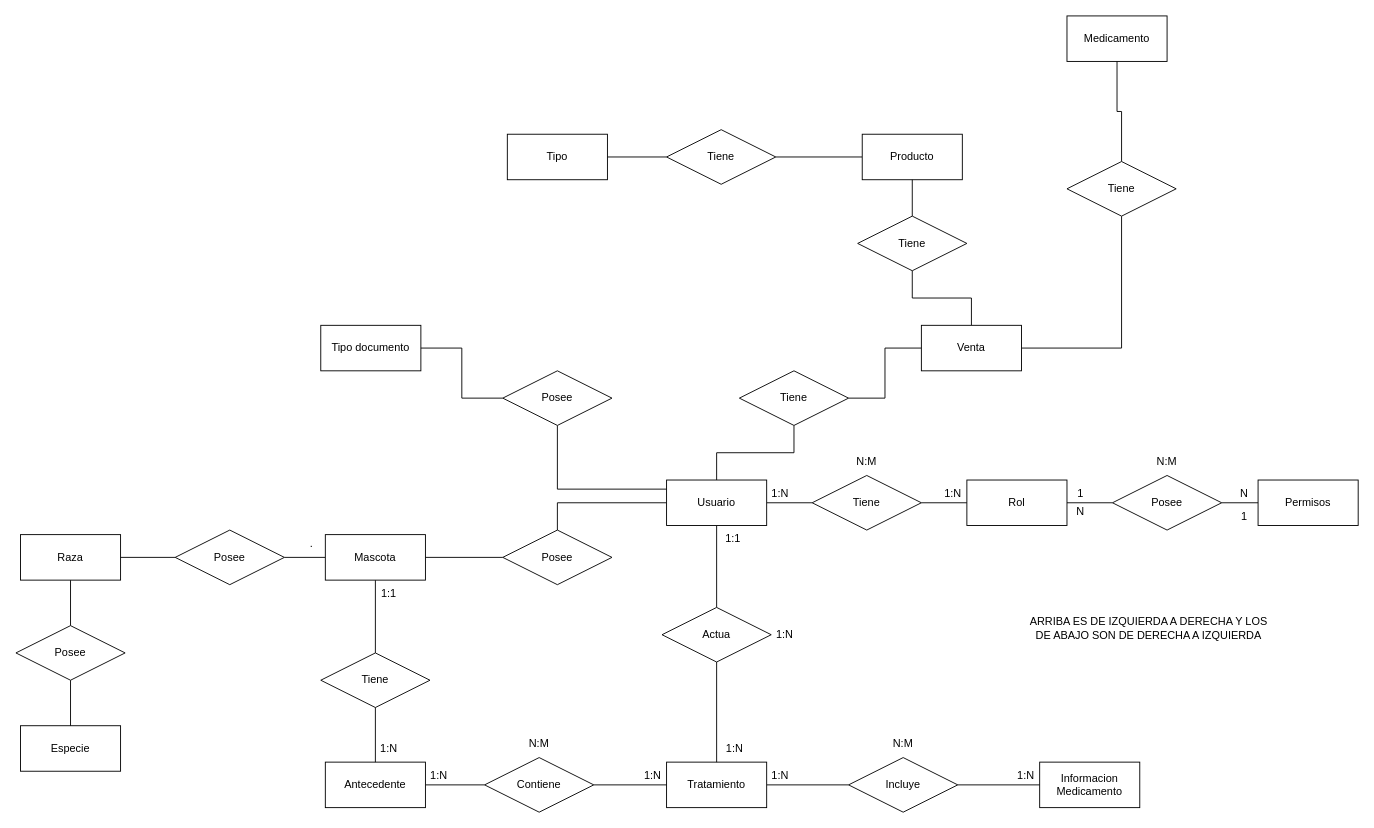
Before: MySQL/Diagrama sin título.drawio in JojanDev/pipos_frontend_v2, a draw.io diagram. Source tidied: cells renumbered, new cells numbered last; positions are measured from the earlier drawing's top-left corner, leaving out a move shared by most shapes. Both pictures are drawn from the tidied source at 91%, with x=0, y=0 at pixel (15, 15).
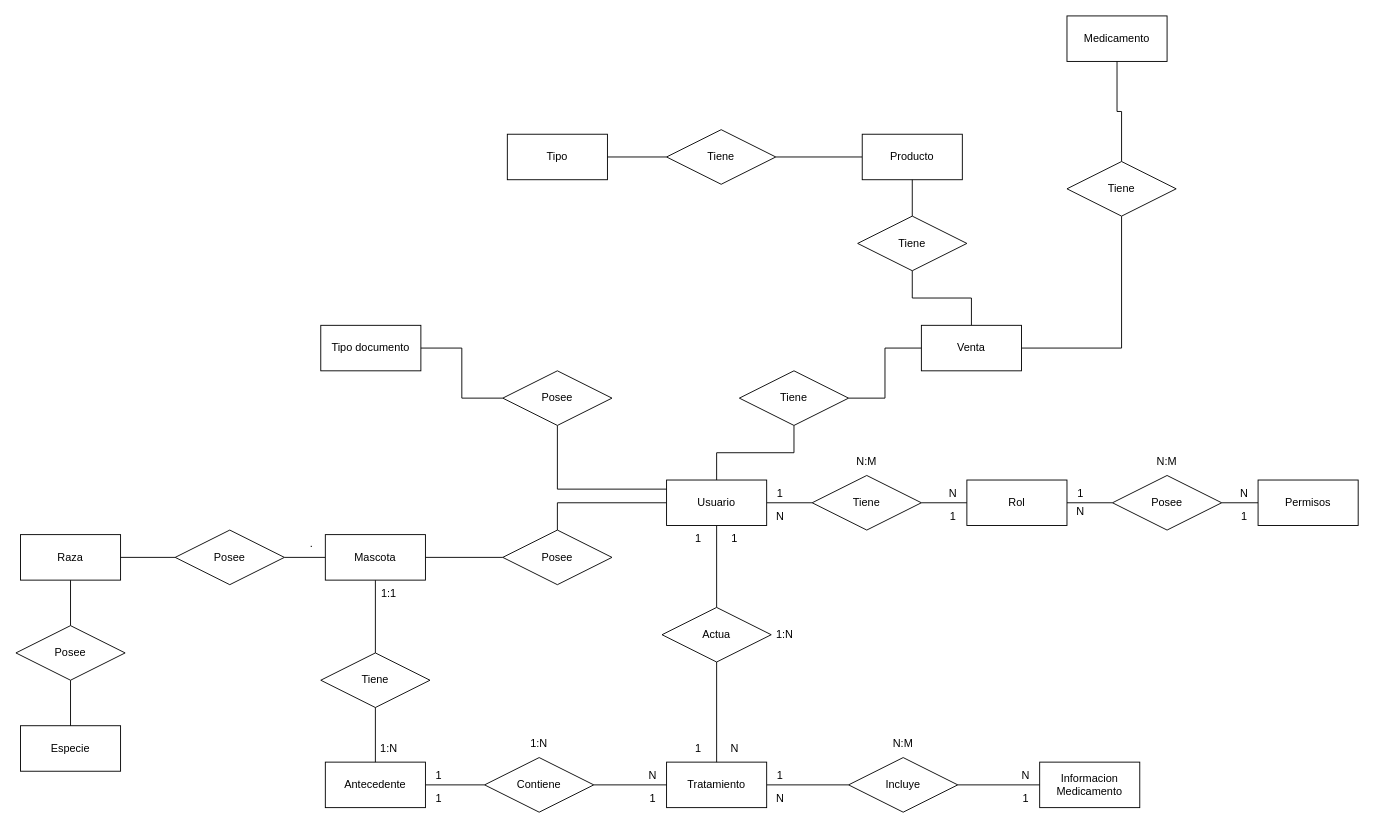
Above is the later version.

What changed in the source:
```diff
@@
-    <mxCell id="58" value="1:N" style="text;html=1;align=center;verticalAlign=middle;whiteSpace=wrap;rounded=0;" parent="1" vertex="1">
+    <mxCell id="58" value="1" style="text;html=1;align=center;verticalAlign=middle;whiteSpace=wrap;rounded=0;" parent="1" vertex="1">
       <mxGeometry x="825" y="510" width="30" height="30" as="geometry" />
     </mxCell>
@@
-    <mxCell id="60" value="1:N" style="text;html=1;align=center;verticalAlign=middle;whiteSpace=wrap;rounded=0;" parent="1" vertex="1">
+    <mxCell id="60" value="N" style="text;html=1;align=center;verticalAlign=middle;whiteSpace=wrap;rounded=0;" parent="1" vertex="1">
       <mxGeometry x="1015" y="510" width="30" height="30" as="geometry" />
     </mxCell>
@@
-    <mxCell id="64" value="1:1&amp;nbsp; " style="text;html=1;align=center;verticalAlign=middle;whiteSpace=wrap;rounded=0;" parent="1" vertex="1">
+    <mxCell id="64" value="1" style="text;html=1;align=center;verticalAlign=middle;whiteSpace=wrap;rounded=0;" parent="1" vertex="1">
       <mxGeometry x="775" y="560" width="30" height="30" as="geometry" />
     </mxCell>
-    <mxCell id="65" value="1:N" style="text;html=1;align=center;verticalAlign=middle;whiteSpace=wrap;rounded=0;" parent="1" vertex="1">
+    <mxCell id="65" value="N" style="text;html=1;align=center;verticalAlign=middle;whiteSpace=wrap;rounded=0;" parent="1" vertex="1">
       <mxGeometry x="775" y="790" width="30" height="30" as="geometry" />
     </mxCell>
@@
-    <mxCell id="67" value="1:N" style="text;html=1;align=center;verticalAlign=middle;whiteSpace=wrap;rounded=0;" parent="1" vertex="1">
+    <mxCell id="67" value="1" style="text;html=1;align=center;verticalAlign=middle;whiteSpace=wrap;rounded=0;" parent="1" vertex="1">
       <mxGeometry x="825" y="820" width="30" height="30" as="geometry" />
     </mxCell>
-    <mxCell id="68" value="1:N" style="text;html=1;align=center;verticalAlign=middle;whiteSpace=wrap;rounded=0;" parent="1" vertex="1">
+    <mxCell id="68" value="N" style="text;html=1;align=center;verticalAlign=middle;whiteSpace=wrap;rounded=0;" parent="1" vertex="1">
       <mxGeometry x="1095" y="820" width="30" height="30" as="geometry" />
     </mxCell>
@@
-    <mxCell id="70" value="1:N" style="text;html=1;align=center;verticalAlign=middle;whiteSpace=wrap;rounded=0;" parent="1" vertex="1">
+    <mxCell id="70" value="1" style="text;html=1;align=center;verticalAlign=middle;whiteSpace=wrap;rounded=0;" parent="1" vertex="1">
       <mxGeometry x="450" y="820" width="30" height="30" as="geometry" />
     </mxCell>
-    <mxCell id="71" value="1:N" style="text;html=1;align=center;verticalAlign=middle;whiteSpace=wrap;rounded=0;" parent="1" vertex="1">
+    <mxCell id="71" value="N" style="text;html=1;align=center;verticalAlign=middle;whiteSpace=wrap;rounded=0;" parent="1" vertex="1">
       <mxGeometry x="685" y="820" width="30" height="30" as="geometry" />
     </mxCell>
-    <mxCell id="72" value="N:M" style="text;html=1;align=center;verticalAlign=middle;whiteSpace=wrap;rounded=0;" parent="1" vertex="1">
+    <mxCell id="72" value="1:N" style="text;html=1;align=center;verticalAlign=middle;whiteSpace=wrap;rounded=0;" parent="1" vertex="1">
       <mxGeometry x="560" y="785" width="30" height="30" as="geometry" />
     </mxCell>
@@
-    <mxCell id="78" value="ARRIBA ES DE IZQUIERDA A DERECHA Y LOS DE ABAJO SON DE DERECHA A IZQUIERDA" style="text;html=1;align=center;verticalAlign=middle;whiteSpace=wrap;rounded=0;" parent="1" vertex="1">
-      <mxGeometry x="1105" y="625" width="280" height="95" as="geometry" />
-    </mxCell>
+    <mxCell id="79" value="N" style="text;html=1;align=center;verticalAlign=middle;whiteSpace=wrap;rounded=0;" parent="1" vertex="1">
+      <mxGeometry x="825" y="535" width="30" height="30" as="geometry" />
+    </mxCell>
+    <mxCell id="80" value="1" style="text;html=1;align=center;verticalAlign=middle;whiteSpace=wrap;rounded=0;" parent="1" vertex="1">
+      <mxGeometry x="1015" y="535" width="30" height="30" as="geometry" />
+    </mxCell>
+    <mxCell id="81" value="1" style="text;html=1;align=center;verticalAlign=middle;whiteSpace=wrap;rounded=0;" parent="1" vertex="1">
+      <mxGeometry x="735" y="560" width="30" height="30" as="geometry" />
+    </mxCell>
+    <mxCell id="82" value="1" style="text;html=1;align=center;verticalAlign=middle;whiteSpace=wrap;rounded=0;" parent="1" vertex="1">
+      <mxGeometry x="735" y="790" width="30" height="30" as="geometry" />
+    </mxCell>
+    <mxCell id="83" value="N" style="text;html=1;align=center;verticalAlign=middle;whiteSpace=wrap;rounded=0;" parent="1" vertex="1">
+      <mxGeometry x="825" y="845" width="30" height="30" as="geometry" />
+    </mxCell>
+    <mxCell id="84" value="1" style="text;html=1;align=center;verticalAlign=middle;whiteSpace=wrap;rounded=0;" parent="1" vertex="1">
+      <mxGeometry x="1095" y="845" width="30" height="30" as="geometry" />
+    </mxCell>
+    <mxCell id="85" value="1" style="text;html=1;align=center;verticalAlign=middle;whiteSpace=wrap;rounded=0;" parent="1" vertex="1">
+      <mxGeometry x="685" y="845" width="30" height="30" as="geometry" />
+    </mxCell>
+    <mxCell id="86" value="1" style="text;html=1;align=center;verticalAlign=middle;whiteSpace=wrap;rounded=0;" parent="1" vertex="1">
+      <mxGeometry x="450" y="845" width="30" height="30" as="geometry" />
+    </mxCell>
```
